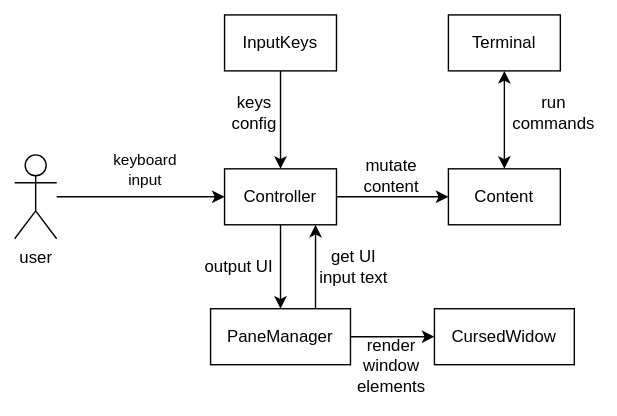
This is docs/block_diagram.svg from vs-slavchev/sharpshooter, a draw.io export, as it was before one commit. Source tidied: cells renumbered, new cells last; positions are measured from the earlier drawing's top-left corner, leaving out a move shared by most shapes. The source it was exported from:
```xml
<mxGraphModel background="#ffffff">
  <root>
    <mxCell id="0" />
    <mxCell id="1" parent="0" />
    <mxCell id="2" style="edgeStyle=orthogonalEdgeStyle;rounded=0;jettySize=auto;html=1;exitX=0.5;exitY=1;exitDx=0;exitDy=0;entryX=0.5;entryY=0;entryDx=0;entryDy=0;" parent="1" edge="1" source="5" target="9">
      <mxGeometry relative="1" as="geometry">
        <Array as="points">
          <mxPoint x="190" y="170" />
          <mxPoint x="190" y="170" />
        </Array>
      </mxGeometry>
    </mxCell>
    <mxCell id="3" style="edgeStyle=orthogonalEdgeStyle;rounded=0;jettySize=auto;html=1;entryX=0.5;entryY=1;entryDx=0;entryDy=0;endArrow=none;endFill=0;startArrow=classic;startFill=1;" parent="1" edge="1" source="5" target="11">
      <mxGeometry relative="1" as="geometry" />
    </mxCell>
    <mxCell id="4" style="edgeStyle=orthogonalEdgeStyle;rounded=0;jettySize=auto;html=1;entryX=0;entryY=0.5;entryDx=0;entryDy=0;" parent="1" edge="1" source="5" target="14">
      <mxGeometry relative="1" as="geometry" />
    </mxCell>
    <mxCell id="5" value="Controller" style="rounded=0;whiteSpace=wrap;html=1;" parent="1" vertex="1">
      <mxGeometry x="150" y="110" width="80" height="40" as="geometry" />
    </mxCell>
    <mxCell id="6" style="edgeStyle=orthogonalEdgeStyle;rounded=0;jettySize=auto;html=1;entryX=0;entryY=0.5;entryDx=0;entryDy=0;" parent="1" edge="1" source="8" target="5">
      <mxGeometry relative="1" as="geometry" />
    </mxCell>
    <mxCell id="7" value="keyboard&lt;br&gt;input" style="edgeLabel;html=1;align=center;verticalAlign=middle;" parent="6" vertex="1">
      <mxGeometry x="0.24" y="1" relative="1" as="geometry">
        <mxPoint x="-12" y="-19" as="offset" />
      </mxGeometry>
    </mxCell>
    <mxCell id="8" value="user" style="shape=umlActor;verticalLabelPosition=bottom;verticalAlign=top;html=1;outlineConnect=0;" parent="1" vertex="1">
      <mxGeometry y="100" width="30" height="60" as="geometry" />
    </mxCell>
    <mxCell id="9" value="PaneManager" style="rounded=0;whiteSpace=wrap;html=1;" parent="1" vertex="1">
      <mxGeometry x="140" y="210" width="100" height="40" as="geometry" />
    </mxCell>
    <mxCell id="10" value="output UI" style="text;html=1;align=center;verticalAlign=middle;strokeColor=none;" parent="1" vertex="1">
      <mxGeometry x="130" y="170" width="60" height="20" as="geometry" />
    </mxCell>
    <mxCell id="11" value="InputKeys" style="rounded=0;whiteSpace=wrap;html=1;" parent="1" vertex="1">
      <mxGeometry x="150" width="80" height="40" as="geometry" />
    </mxCell>
    <mxCell id="12" value="keys&lt;br&gt;config" style="text;html=1;align=center;verticalAlign=middle;strokeColor=none;" parent="1" vertex="1">
      <mxGeometry x="146" y="55" width="50" height="30" as="geometry" />
    </mxCell>
    <mxCell id="13" style="edgeStyle=orthogonalEdgeStyle;rounded=0;jettySize=auto;html=1;entryX=0.5;entryY=1;entryDx=0;entryDy=0;startArrow=classic;startFill=1;endArrow=classic;endFill=1;strokeColor=#000000;" parent="1" edge="1" source="14" target="18">
      <mxGeometry relative="1" as="geometry" />
    </mxCell>
    <mxCell id="14" value="Content" style="rounded=0;whiteSpace=wrap;html=1;" parent="1" vertex="1">
      <mxGeometry x="310" y="110" width="80" height="40" as="geometry" />
    </mxCell>
    <mxCell id="15" value="mutate&lt;br&gt;content" style="text;html=1;align=center;verticalAlign=middle;strokeColor=none;" parent="1" vertex="1">
      <mxGeometry x="244" y="100" width="50" height="30" as="geometry" />
    </mxCell>
    <mxCell id="16" style="endArrow=classic;html=1;exitX=0.75;exitY=0;exitDx=0;exitDy=0;entryX=0.813;entryY=1;entryDx=0;entryDy=0;entryPerimeter=0;" parent="1" edge="1" source="9" target="5">
      <mxGeometry relative="1" as="geometry" />
    </mxCell>
    <mxCell id="17" value="get UI&lt;br&gt;input text" style="text;html=1;align=center;verticalAlign=middle;strokeColor=none;" parent="1" vertex="1">
      <mxGeometry x="212" y="165" width="60" height="30" as="geometry" />
    </mxCell>
    <mxCell id="18" value="Terminal" style="rounded=0;whiteSpace=wrap;html=1;" parent="1" vertex="1">
      <mxGeometry x="310" width="80" height="40" as="geometry" />
    </mxCell>
    <mxCell id="19" value="run&lt;br&gt;commands" style="text;html=1;align=center;verticalAlign=middle;strokeColor=none;" parent="1" vertex="1">
      <mxGeometry x="350" y="55" width="70" height="30" as="geometry" />
    </mxCell>
    <mxCell id="20" style="edgeStyle=orthogonalEdgeStyle;rounded=0;jettySize=auto;html=1;entryX=1;entryY=0.5;entryDx=0;entryDy=0;startArrow=classic;startFill=1;endArrow=none;endFill=0;strokeColor=#000000;" parent="1" edge="1" source="21" target="9">
      <mxGeometry relative="1" as="geometry" />
    </mxCell>
    <mxCell id="21" value="CursedWidow" style="rounded=0;whiteSpace=wrap;html=1;" parent="1" vertex="1">
      <mxGeometry x="300" y="210" width="100" height="40" as="geometry" />
    </mxCell>
    <mxCell id="22" value="render&lt;br&gt;window&lt;br&gt;elements" style="text;html=1;align=center;verticalAlign=middle;strokeColor=none;" parent="1" vertex="1">
      <mxGeometry x="239" y="226" width="60" height="50" as="geometry" />
    </mxCell>
  </root>
</mxGraphModel>
```
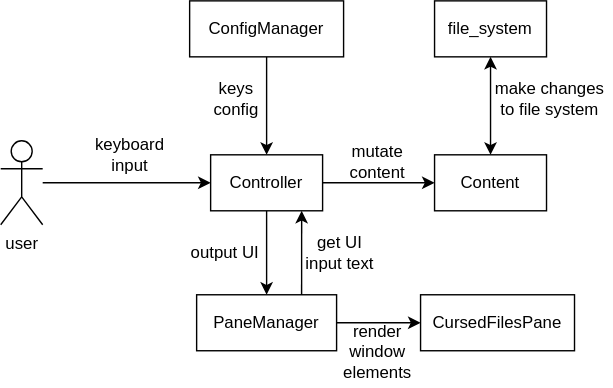
After the commit.

The edit, as a diff of the source:
```diff
@@ -22,7 +22,7 @@
     <mxCell id="6" style="edgeStyle=orthogonalEdgeStyle;rounded=0;jettySize=auto;html=1;entryX=0;entryY=0.5;entryDx=0;entryDy=0;" parent="1" edge="1" source="8" target="5">
       <mxGeometry relative="1" as="geometry" />
     </mxCell>
-    <mxCell id="7" value="keyboard&lt;br&gt;input" style="edgeLabel;html=1;align=center;verticalAlign=middle;" parent="6" vertex="1">
+    <mxCell id="7" value="keyboard&lt;br style=&quot;font-size: 12px;&quot;&gt;input" style="edgeLabel;html=1;align=center;verticalAlign=middle;fontSize=12;" parent="6" vertex="1">
       <mxGeometry x="0.24" y="1" relative="1" as="geometry">
         <mxPoint x="-12" y="-19" as="offset" />
       </mxGeometry>
@@ -36,11 +36,11 @@
     <mxCell id="10" value="output UI" style="text;html=1;align=center;verticalAlign=middle;strokeColor=none;" parent="1" vertex="1">
       <mxGeometry x="130" y="170" width="60" height="20" as="geometry" />
     </mxCell>
-    <mxCell id="11" value="InputKeys" style="rounded=0;whiteSpace=wrap;html=1;" parent="1" vertex="1">
-      <mxGeometry x="150" width="80" height="40" as="geometry" />
+    <mxCell id="11" value="ConfigManager" style="rounded=0;whiteSpace=wrap;html=1;" parent="1" vertex="1">
+      <mxGeometry x="135" width="110" height="40" as="geometry" />
     </mxCell>
     <mxCell id="12" value="keys&lt;br&gt;config" style="text;html=1;align=center;verticalAlign=middle;strokeColor=none;" parent="1" vertex="1">
-      <mxGeometry x="146" y="55" width="50" height="30" as="geometry" />
+      <mxGeometry x="143" y="55" width="50" height="30" as="geometry" />
     </mxCell>
     <mxCell id="13" style="edgeStyle=orthogonalEdgeStyle;rounded=0;jettySize=auto;html=1;entryX=0.5;entryY=1;entryDx=0;entryDy=0;startArrow=classic;startFill=1;endArrow=classic;endFill=1;strokeColor=#000000;" parent="1" edge="1" source="14" target="18">
       <mxGeometry relative="1" as="geometry" />
@@ -57,17 +57,17 @@
     <mxCell id="17" value="get UI&lt;br&gt;input text" style="text;html=1;align=center;verticalAlign=middle;strokeColor=none;" parent="1" vertex="1">
       <mxGeometry x="212" y="165" width="60" height="30" as="geometry" />
     </mxCell>
-    <mxCell id="18" value="Terminal" style="rounded=0;whiteSpace=wrap;html=1;" parent="1" vertex="1">
+    <mxCell id="18" value="file_system" style="rounded=0;whiteSpace=wrap;html=1;" parent="1" vertex="1">
       <mxGeometry x="310" width="80" height="40" as="geometry" />
     </mxCell>
-    <mxCell id="19" value="run&lt;br&gt;commands" style="text;html=1;align=center;verticalAlign=middle;strokeColor=none;" parent="1" vertex="1">
-      <mxGeometry x="350" y="55" width="70" height="30" as="geometry" />
+    <mxCell id="19" value="make changes&lt;br&gt;to file system" style="text;html=1;align=center;verticalAlign=middle;strokeColor=none;" parent="1" vertex="1">
+      <mxGeometry x="347" y="55" width="90" height="30" as="geometry" />
     </mxCell>
     <mxCell id="20" style="edgeStyle=orthogonalEdgeStyle;rounded=0;jettySize=auto;html=1;entryX=1;entryY=0.5;entryDx=0;entryDy=0;startArrow=classic;startFill=1;endArrow=none;endFill=0;strokeColor=#000000;" parent="1" edge="1" source="21" target="9">
       <mxGeometry relative="1" as="geometry" />
     </mxCell>
-    <mxCell id="21" value="CursedWidow" style="rounded=0;whiteSpace=wrap;html=1;" parent="1" vertex="1">
-      <mxGeometry x="300" y="210" width="100" height="40" as="geometry" />
+    <mxCell id="21" value="CursedFilesPane" style="rounded=0;whiteSpace=wrap;html=1;" parent="1" vertex="1">
+      <mxGeometry x="300" y="210" width="110" height="40" as="geometry" />
     </mxCell>
     <mxCell id="22" value="render&lt;br&gt;window&lt;br&gt;elements" style="text;html=1;align=center;verticalAlign=middle;strokeColor=none;" parent="1" vertex="1">
       <mxGeometry x="239" y="226" width="60" height="50" as="geometry" />
```
